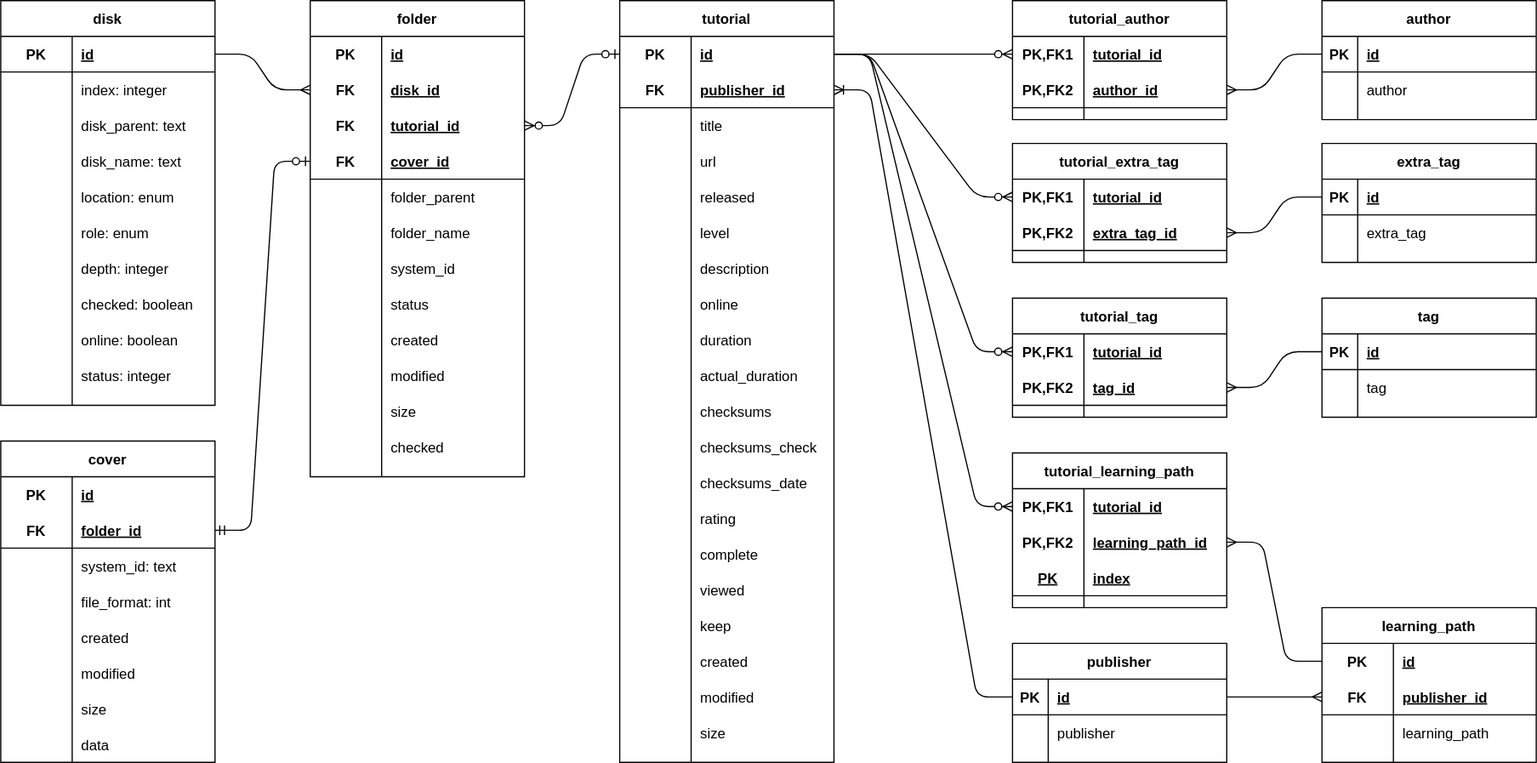
The draw.io diagram src/tutcatalogpy/catalog/db/schema.drawio.svg in borco/TutCatalogPy2, before a commit. Source tidied: cells renumbered, new cells last; positions are measured from the earlier drawing's top-left corner, leaving out a move shared by most shapes.
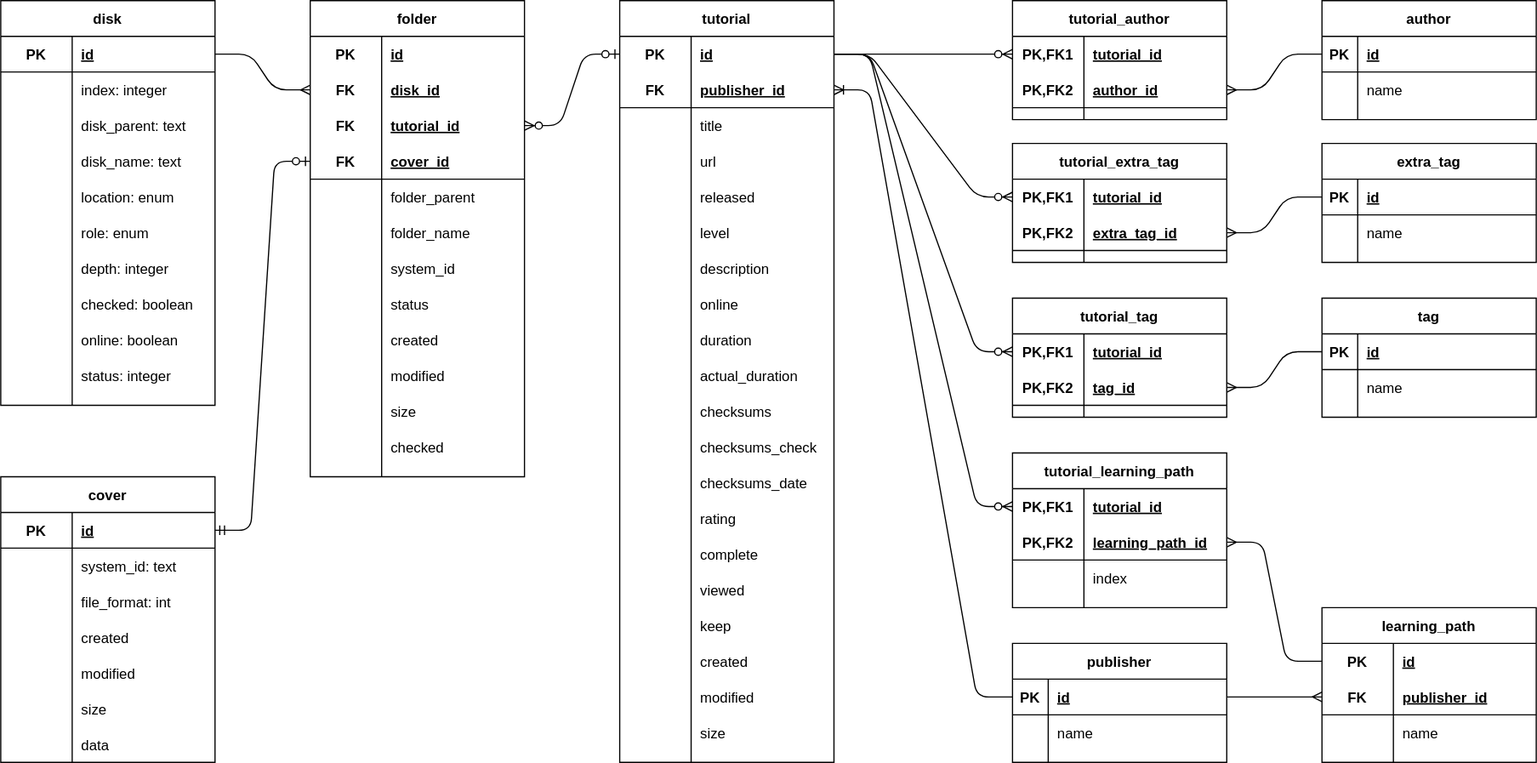
After the change.

The edit, as a diff of the source:
```diff
@@ -113,7 +113,7 @@
     <mxCell id="38" style="shape=partialRectangle;fillColor=none;top=0;left=0;bottom=0;right=0;overflow=hidden;" parent="37" vertex="1">
       <mxGeometry width="30" height="30" as="geometry" />
     </mxCell>
-    <mxCell id="39" value="author" style="shape=partialRectangle;fillColor=none;top=0;left=0;bottom=0;right=0;align=left;spacingLeft=6;overflow=hidden;" parent="37" vertex="1">
+    <mxCell id="39" value="name" style="shape=partialRectangle;fillColor=none;top=0;left=0;bottom=0;right=0;align=left;spacingLeft=6;overflow=hidden;" parent="37" vertex="1">
       <mxGeometry x="30" width="150" height="30" as="geometry" />
     </mxCell>
     <mxCell id="40" value="extra_tag" style="shape=table;startSize=30;rowLines=0;fontStyle=1;align=center;" parent="1" vertex="1">
@@ -134,7 +134,7 @@
     <mxCell id="45" style="shape=partialRectangle;fillColor=none;top=0;left=0;bottom=0;right=0;overflow=hidden;" parent="44" vertex="1">
       <mxGeometry width="30" height="30" as="geometry" />
     </mxCell>
-    <mxCell id="46" value="extra_tag" style="shape=partialRectangle;fillColor=none;top=0;left=0;bottom=0;right=0;align=left;spacingLeft=6;overflow=hidden;" parent="44" vertex="1">
+    <mxCell id="46" value="name" style="shape=partialRectangle;fillColor=none;top=0;left=0;bottom=0;right=0;align=left;spacingLeft=6;overflow=hidden;" parent="44" vertex="1">
       <mxGeometry x="30" width="150" height="30" as="geometry" />
     </mxCell>
     <mxCell id="47" value="publisher" style="shape=table;startSize=30;rowLines=0;fontStyle=1;align=center;" parent="1" vertex="1">
@@ -155,7 +155,7 @@
     <mxCell id="52" style="shape=partialRectangle;fillColor=none;top=0;left=0;bottom=0;right=0;overflow=hidden;" parent="51" vertex="1">
       <mxGeometry width="30" height="30" as="geometry" />
     </mxCell>
-    <mxCell id="53" value="publisher" style="shape=partialRectangle;fillColor=none;top=0;left=0;bottom=0;right=0;align=left;spacingLeft=6;overflow=hidden;" parent="51" vertex="1">
+    <mxCell id="53" value="name" style="shape=partialRectangle;fillColor=none;top=0;left=0;bottom=0;right=0;align=left;spacingLeft=6;overflow=hidden;" parent="51" vertex="1">
       <mxGeometry x="30" width="150" height="30" as="geometry" />
     </mxCell>
     <mxCell id="54" value="tag" style="shape=table;startSize=30;rowLines=0;fontStyle=1;align=center;" parent="1" vertex="1">
@@ -176,13 +176,13 @@
     <mxCell id="59" style="shape=partialRectangle;fillColor=none;top=0;left=0;bottom=0;right=0;overflow=hidden;" parent="58" vertex="1">
       <mxGeometry width="30" height="30" as="geometry" />
     </mxCell>
-    <mxCell id="60" value="tag" style="shape=partialRectangle;fillColor=none;top=0;left=0;bottom=0;right=0;align=left;spacingLeft=6;overflow=hidden;" parent="58" vertex="1">
+    <mxCell id="60" value="name" style="shape=partialRectangle;fillColor=none;top=0;left=0;bottom=0;right=0;align=left;spacingLeft=6;overflow=hidden;" parent="58" vertex="1">
       <mxGeometry x="30" width="150" height="30" as="geometry" />
     </mxCell>
     <mxCell id="61" value="cover" style="shape=table;startSize=30;rowLines=0;fontStyle=1;align=center;shadow=0;strokeColor=#000000;" parent="1" vertex="1">
-      <mxGeometry y="370" width="180" height="270" as="geometry" />
+      <mxGeometry y="400" width="180" height="240" as="geometry" />
     </mxCell>
-    <mxCell id="62" style="shape=partialRectangle;top=0;left=0;bottom=1;right=0;points=[[0,0.5],[1,0.5]];portConstraint=eastwest;fillColor=none;strokeColor=none;" parent="61" vertex="1">
+    <mxCell id="62" style="shape=partialRectangle;top=0;left=0;bottom=1;right=0;points=[[0,0.5],[1,0.5]];portConstraint=eastwest;fillColor=none;" parent="61" vertex="1">
       <mxGeometry y="30" width="180" height="30" as="geometry" />
     </mxCell>
     <mxCell id="63" value="PK" style="shape=partialRectangle;fillColor=none;top=0;left=0;bottom=0;right=0;fontStyle=1;overflow=hidden;" parent="62" vertex="1">
@@ -191,17 +191,8 @@
     <mxCell id="64" value="id" style="shape=partialRectangle;fillColor=none;top=0;left=0;bottom=0;right=0;align=left;spacingLeft=6;fontStyle=5;overflow=hidden;" parent="62" vertex="1">
       <mxGeometry x="60" width="120" height="30" as="geometry" />
     </mxCell>
-    <mxCell id="65" style="shape=partialRectangle;fillColor=none;top=0;left=0;bottom=1;right=0;points=[[0,0.5],[1,0.5]];portConstraint=eastwest;" parent="61" vertex="1">
-      <mxGeometry y="60" width="180" height="30" as="geometry" />
-    </mxCell>
-    <mxCell id="66" value="FK" style="shape=partialRectangle;fillColor=none;top=0;left=0;bottom=0;right=0;fontStyle=1;overflow=hidden;" parent="65" vertex="1">
-      <mxGeometry width="60" height="30" as="geometry" />
-    </mxCell>
-    <mxCell id="67" value="folder_id" style="shape=partialRectangle;fillColor=none;top=0;left=0;bottom=0;right=0;align=left;spacingLeft=6;fontStyle=5;overflow=hidden;" parent="65" vertex="1">
-      <mxGeometry x="60" width="120" height="30" as="geometry" />
-    </mxCell>
     <mxCell id="68" style="shape=partialRectangle;fillColor=none;top=0;left=0;bottom=0;right=0;" parent="61" vertex="1">
-      <mxGeometry y="90" width="180" height="30" as="geometry" />
+      <mxGeometry y="60" width="180" height="30" as="geometry" />
     </mxCell>
     <mxCell id="69" style="shape=partialRectangle;fillColor=none;top=0;left=0;bottom=0;right=0;overflow=hidden;" parent="68" vertex="1">
       <mxGeometry width="60" height="30" as="geometry" />
@@ -210,7 +201,7 @@
       <mxGeometry x="60" width="120" height="30" as="geometry" />
     </mxCell>
     <mxCell id="71" style="shape=partialRectangle;fillColor=none;top=0;left=0;bottom=0;right=0;" parent="61" vertex="1">
-      <mxGeometry y="120" width="180" height="30" as="geometry" />
+      <mxGeometry y="90" width="180" height="30" as="geometry" />
     </mxCell>
     <mxCell id="72" style="shape=partialRectangle;fillColor=none;top=0;left=0;bottom=0;right=0;overflow=hidden;" parent="71" vertex="1">
       <mxGeometry width="60" height="30" as="geometry" />
@@ -219,7 +210,7 @@
       <mxGeometry x="60" width="120" height="30" as="geometry" />
     </mxCell>
     <mxCell id="74" style="shape=partialRectangle;fillColor=none;top=0;left=0;bottom=0;right=0;shadow=0;strokeColor=#000000;" parent="61" vertex="1">
-      <mxGeometry y="150" width="180" height="30" as="geometry" />
+      <mxGeometry y="120" width="180" height="30" as="geometry" />
     </mxCell>
     <mxCell id="75" style="shape=partialRectangle;fillColor=none;top=0;left=0;bottom=0;right=0;fontStyle=0;overflow=hidden;" parent="74" vertex="1">
       <mxGeometry width="60" height="30" as="geometry" />
@@ -228,7 +219,7 @@
       <mxGeometry x="60" width="120" height="30" as="geometry" />
     </mxCell>
     <mxCell id="77" style="shape=partialRectangle;fillColor=none;top=0;left=0;bottom=0;right=0;shadow=0;strokeColor=#000000;" parent="61" vertex="1">
-      <mxGeometry y="180" width="180" height="30" as="geometry" />
+      <mxGeometry y="150" width="180" height="30" as="geometry" />
     </mxCell>
     <mxCell id="78" style="shape=partialRectangle;fillColor=none;top=0;left=0;bottom=0;right=0;fontStyle=0;overflow=hidden;" parent="77" vertex="1">
       <mxGeometry width="60" height="30" as="geometry" />
@@ -237,7 +228,7 @@
       <mxGeometry x="60" width="120" height="30" as="geometry" />
     </mxCell>
     <mxCell id="80" style="shape=partialRectangle;fillColor=none;top=0;left=0;bottom=0;right=0;shadow=0;strokeColor=#000000;" parent="61" vertex="1">
-      <mxGeometry y="210" width="180" height="30" as="geometry" />
+      <mxGeometry y="180" width="180" height="30" as="geometry" />
     </mxCell>
     <mxCell id="81" style="shape=partialRectangle;fillColor=none;top=0;left=0;bottom=0;right=0;fontStyle=0;overflow=hidden;" parent="80" vertex="1">
       <mxGeometry width="60" height="30" as="geometry" />
@@ -246,7 +237,7 @@
       <mxGeometry x="60" width="120" height="30" as="geometry" />
     </mxCell>
     <mxCell id="83" style="shape=partialRectangle;fillColor=none;top=0;left=0;bottom=0;right=0;shadow=0;strokeColor=#000000;" parent="61" vertex="1">
-      <mxGeometry y="240" width="180" height="30" as="geometry" />
+      <mxGeometry y="210" width="180" height="30" as="geometry" />
     </mxCell>
     <mxCell id="84" style="shape=partialRectangle;fillColor=none;top=0;left=0;bottom=0;right=0;fontStyle=0;overflow=hidden;" parent="83" vertex="1">
       <mxGeometry width="60" height="30" as="geometry" />
@@ -281,7 +272,7 @@
     <mxCell id="94" style="shape=partialRectangle;fillColor=none;top=0;left=0;bottom=0;right=0;overflow=hidden;" parent="93" vertex="1">
       <mxGeometry width="60" height="30" as="geometry" />
     </mxCell>
-    <mxCell id="95" value="learning_path" style="shape=partialRectangle;fillColor=none;top=0;left=0;bottom=0;right=0;align=left;spacingLeft=6;overflow=hidden;" parent="93" vertex="1">
+    <mxCell id="95" value="name" style="shape=partialRectangle;fillColor=none;top=0;left=0;bottom=0;right=0;align=left;spacingLeft=6;overflow=hidden;" parent="93" vertex="1">
       <mxGeometry x="60" width="120" height="30" as="geometry" />
     </mxCell>
     <mxCell id="96" value="folder" style="shape=table;startSize=30;rowLines=0;fontStyle=1;align=center;shadow=0;strokeColor=#000000;" parent="1" vertex="1">
@@ -683,7 +674,7 @@
     <mxCell id="228" value="tutorial_id" style="shape=partialRectangle;fillColor=none;top=0;left=0;bottom=0;right=0;align=left;spacingLeft=6;fontStyle=5;overflow=hidden;" parent="226" vertex="1">
       <mxGeometry x="60" width="120" height="30" as="geometry" />
     </mxCell>
-    <mxCell id="229" style="shape=partialRectangle;fillColor=none;top=0;left=0;bottom=0;right=0;points=[[0,0.5],[1,0.5]];portConstraint=eastwest;" parent="225" vertex="1">
+    <mxCell id="229" style="shape=partialRectangle;fillColor=none;top=0;left=0;bottom=1;right=0;points=[[0,0.5],[1,0.5]];portConstraint=eastwest;" parent="225" vertex="1">
       <mxGeometry y="60" width="180" height="30" as="geometry" />
     </mxCell>
     <mxCell id="230" value="PK,FK2" style="shape=partialRectangle;fillColor=none;top=0;left=0;bottom=0;right=0;fontStyle=1;overflow=hidden;" parent="229" vertex="1">
@@ -692,13 +683,13 @@
     <mxCell id="231" value="learning_path_id" style="shape=partialRectangle;fillColor=none;top=0;left=0;bottom=0;right=0;align=left;spacingLeft=6;fontStyle=5;overflow=hidden;" parent="229" vertex="1">
       <mxGeometry x="60" width="120" height="30" as="geometry" />
     </mxCell>
-    <mxCell id="232" style="shape=partialRectangle;fillColor=none;top=0;left=0;bottom=1;right=0;strokeColor=#000000;fontStyle=1;" parent="225" vertex="1">
+    <mxCell id="232" style="shape=partialRectangle;fillColor=none;top=0;left=0;bottom=0;right=0;strokeColor=#000000;fontStyle=0;" parent="225" vertex="1">
       <mxGeometry y="90" width="180" height="30" as="geometry" />
     </mxCell>
-    <mxCell id="233" value="PK" style="shape=partialRectangle;fillColor=none;top=0;left=0;bottom=0;right=0;fontStyle=5;overflow=hidden;" parent="232" vertex="1">
+    <mxCell id="233" style="shape=partialRectangle;fillColor=none;top=0;left=0;bottom=0;right=0;fontStyle=5;overflow=hidden;" parent="232" vertex="1">
       <mxGeometry width="60" height="30" as="geometry" />
     </mxCell>
-    <mxCell id="234" value="index" style="shape=partialRectangle;fillColor=none;top=0;left=0;bottom=0;right=0;align=left;spacingLeft=6;fontStyle=5;overflow=hidden;" parent="232" vertex="1">
+    <mxCell id="234" value="index" style="shape=partialRectangle;fillColor=none;top=0;left=0;bottom=0;right=0;align=left;spacingLeft=6;fontStyle=0;overflow=hidden;" parent="232" vertex="1">
       <mxGeometry x="60" width="120" height="30" as="geometry" />
     </mxCell>
     <mxCell id="235" style="edgeStyle=entityRelationEdgeStyle;fontSize=12;html=1;endArrow=ERzeroToMany;exitX=1;exitY=0.5;exitDx=0;exitDy=0;entryX=0;entryY=0.5;entryDx=0;entryDy=0;endFill=1;" parent="1" edge="1" source="136" target="226">
@@ -707,7 +698,7 @@
     <mxCell id="236" style="edgeStyle=entityRelationEdgeStyle;fontSize=12;html=1;endArrow=ERmany;exitX=0;exitY=0.5;exitDx=0;exitDy=0;entryX=1;entryY=0.5;entryDx=0;entryDy=0;" parent="1" edge="1" source="87" target="229">
       <mxGeometry relative="1" as="geometry" />
     </mxCell>
-    <mxCell id="237" style="edgeStyle=entityRelationEdgeStyle;fontSize=12;html=1;endArrow=ERzeroToOne;startArrow=ERmandOne;entryX=0;entryY=0.5;entryDx=0;entryDy=0;exitX=1;exitY=0.5;exitDx=0;exitDy=0;" parent="1" edge="1" source="65" target="106">
+    <mxCell id="237" style="edgeStyle=entityRelationEdgeStyle;fontSize=12;html=1;endArrow=ERzeroToOne;startArrow=ERmandOne;entryX=0;entryY=0.5;entryDx=0;entryDy=0;exitX=1;exitY=0.5;exitDx=0;exitDy=0;" parent="1" edge="1" source="62" target="106">
       <mxGeometry relative="1" as="geometry" />
     </mxCell>
   </root>
```
